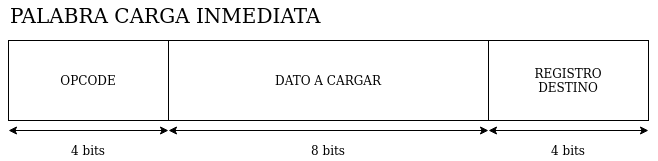
This is img/palLoad.png from alu0101119373/uc-monociclo-entrada-salida, a draw.io export, as it was before one commit. Source tidied: cells renumbered, new cells last; positions are measured from the earlier drawing's top-left corner, leaving out a move shared by most shapes.
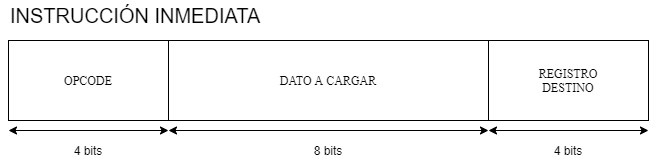
The same diagram one commit later.

Change to the diagram source:
```diff
@@ -2,10 +2,10 @@
   <root>
     <mxCell id="0" />
     <mxCell id="1" parent="0" />
-    <mxCell id="2" value="&lt;font face=&quot;Comic Sans MS&quot;&gt;OPCODE&lt;/font&gt;" style="rounded=0;whiteSpace=wrap;html=1;" parent="1" vertex="1">
+    <mxCell id="2" value="&lt;font face=&quot;Times New Roman&quot;&gt;OPCODE&lt;/font&gt;" style="rounded=0;whiteSpace=wrap;html=1;" parent="1" vertex="1">
       <mxGeometry y="40" width="160" height="80" as="geometry" />
     </mxCell>
-    <mxCell id="3" value="DATO A CARGAR" style="rounded=0;whiteSpace=wrap;html=1;" parent="1" vertex="1">
+    <mxCell id="3" value="&lt;font face=&quot;Times New Roman&quot;&gt;DATO A CARGAR&lt;/font&gt;" style="rounded=0;whiteSpace=wrap;html=1;" parent="1" vertex="1">
       <mxGeometry x="160" y="40" width="320" height="80" as="geometry" />
     </mxCell>
     <mxCell id="4" style="endArrow=classic;startArrow=classic;html=1;" parent="1" edge="1">
@@ -26,10 +26,10 @@
     <mxCell id="7" value="8 bits" style="text;html=1;strokeColor=none;fillColor=none;align=center;verticalAlign=middle;whiteSpace=wrap;rounded=0;" parent="1" vertex="1">
       <mxGeometry x="290" y="140" width="60" height="20" as="geometry" />
     </mxCell>
-    <mxCell id="8" value="&lt;font style=&quot;font-size: 20px&quot;&gt;PALABRA CARGA INMEDIATA&lt;br&gt;&lt;/font&gt;" style="text;html=1;strokeColor=none;fillColor=none;align=left;verticalAlign=bottom;whiteSpace=wrap;rounded=0;" parent="1" vertex="1">
+    <mxCell id="8" value="&lt;font style=&quot;font-size: 20px&quot;&gt;INSTRUCCIÓN INMEDIATA&lt;br&gt;&lt;/font&gt;" style="text;html=1;strokeColor=none;fillColor=none;align=left;verticalAlign=bottom;whiteSpace=wrap;rounded=0;" parent="1" vertex="1">
       <mxGeometry width="640" height="30" as="geometry" />
     </mxCell>
-    <mxCell id="9" value="&lt;div&gt;REGISTRO&lt;/div&gt;&lt;div&gt;DESTINO&lt;br&gt;&lt;/div&gt;" style="rounded=0;whiteSpace=wrap;html=1;align=center;" parent="1" vertex="1">
+    <mxCell id="9" value="&lt;div&gt;&lt;font face=&quot;Times New Roman&quot;&gt;REGISTRO&lt;/font&gt;&lt;/div&gt;&lt;div&gt;&lt;font face=&quot;Times New Roman&quot;&gt;DESTINO&lt;/font&gt;&lt;br&gt;&lt;/div&gt;" style="rounded=0;whiteSpace=wrap;html=1;align=center;" parent="1" vertex="1">
       <mxGeometry x="480" y="40" width="160" height="80" as="geometry" />
     </mxCell>
     <mxCell id="10" style="endArrow=classic;startArrow=classic;html=1;" parent="1" edge="1">
```
